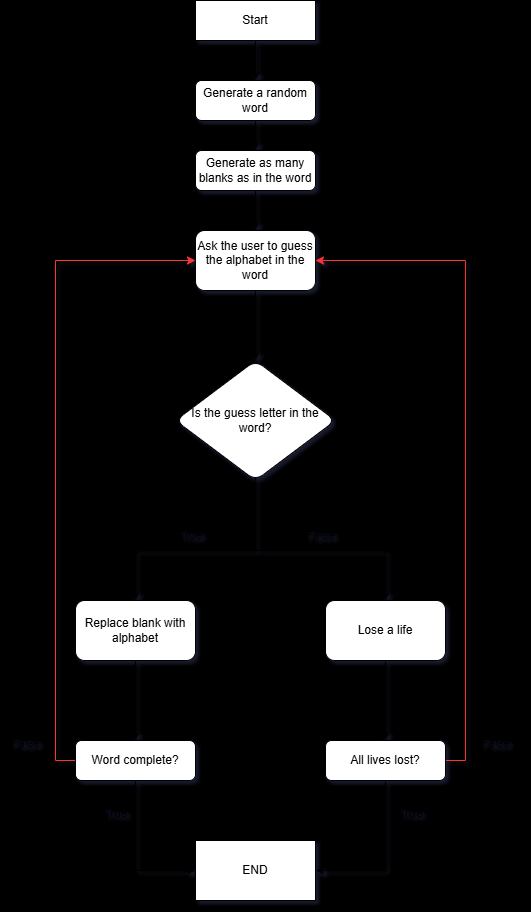
Above: Flowchart Diagram.drawio.png in Lucifer2969/Hangman_Project (draw.io), before the change. Source tidied: cells renumbered, new cells last; positions are measured from the earlier drawing's top-left corner, leaving out a move shared by most shapes.
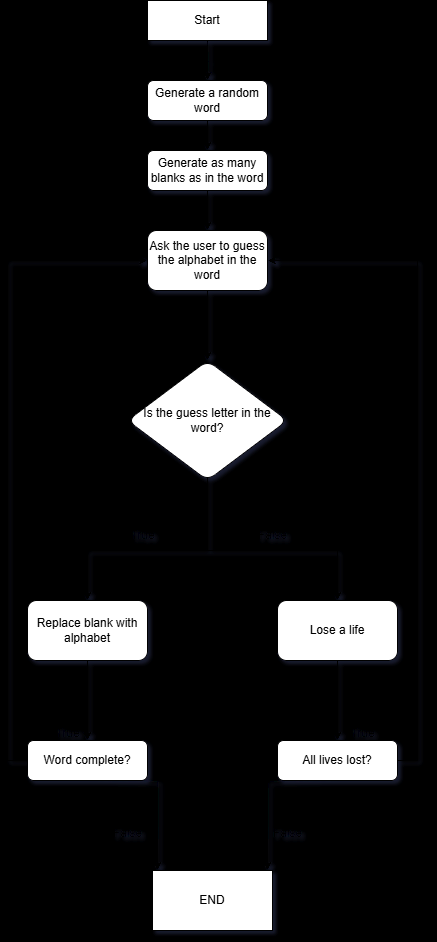
The same file after the commit.

What changed in the source:
```diff
@@ -63,41 +63,47 @@
     <mxCell id="17" value="Is the guess letter in the word?" style="rhombus;whiteSpace=wrap;html=1;rounded=1;glass=0;strokeWidth=1;shadow=0;" parent="1" vertex="1">
       <mxGeometry x="175" y="360" width="160" height="120" as="geometry" />
     </mxCell>
-    <mxCell id="18" style="edgeStyle=orthogonalEdgeStyle;rounded=0;jettySize=auto;html=1;exitX=1;exitY=0.5;exitDx=0;exitDy=0;entryX=1;entryY=0.5;entryDx=0;entryDy=0;strokeColor=light-dark(#FF3333,#EDEDED);" parent="1" edge="1" source="19" target="7">
+    <mxCell id="18" style="edgeStyle=orthogonalEdgeStyle;rounded=0;jettySize=auto;html=1;exitX=1;exitY=0.5;exitDx=0;exitDy=0;entryX=1;entryY=0.5;entryDx=0;entryDy=0;strokeColor=light-dark(#000000,#EDEDED);" parent="1" edge="1" source="19" target="7">
       <mxGeometry relative="1" as="geometry" />
     </mxCell>
     <mxCell id="19" value="All lives lost?" style="whiteSpace=wrap;html=1;rounded=1;glass=0;strokeWidth=1;shadow=0;" parent="1" vertex="1">
       <mxGeometry x="325" y="740" width="120" height="40" as="geometry" />
     </mxCell>
-    <mxCell id="20" style="edgeStyle=orthogonalEdgeStyle;rounded=0;jettySize=auto;html=1;exitX=0;exitY=0.5;exitDx=0;exitDy=0;entryX=0;entryY=0.5;entryDx=0;entryDy=0;fillColor=#fff2cc;strokeColor=#FF3333;" parent="1" edge="1" source="21" target="7">
+    <mxCell id="20" style="edgeStyle=orthogonalEdgeStyle;rounded=0;jettySize=auto;html=1;exitX=0;exitY=0.5;exitDx=0;exitDy=0;entryX=0;entryY=0.5;entryDx=0;entryDy=0;fillColor=#fff2cc;strokeColor=#000000;" parent="1" edge="1" source="21" target="7">
       <mxGeometry relative="1" as="geometry" />
     </mxCell>
     <mxCell id="21" value="Word complete?" style="rounded=1;whiteSpace=wrap;html=1;glass=0;strokeWidth=1;shadow=0;" parent="1" vertex="1">
       <mxGeometry x="75" y="740" width="120" height="40" as="geometry" />
     </mxCell>
-    <mxCell id="22" style="edgeStyle=orthogonalEdgeStyle;rounded=0;jettySize=auto;html=1;exitX=0.5;exitY=1;exitDx=0;exitDy=0;entryX=1;entryY=0.5;entryDx=0;entryDy=0;" parent="1" edge="1" source="19" target="24">
-      <mxGeometry relative="1" as="geometry" />
+    <mxCell id="22" style="edgeStyle=orthogonalEdgeStyle;rounded=0;orthogonalLoop=1;jettySize=auto;html=1;exitX=0.5;exitY=1;exitDx=0;exitDy=0;entryX=1;entryY=0.5;entryDx=0;entryDy=0;" parent="1" edge="1">
+      <mxGeometry relative="1" as="geometry">
+        <mxPoint x="385" y="780" as="sourcePoint" />
+        <mxPoint x="315" y="870" as="targetPoint" />
+      </mxGeometry>
     </mxCell>
-    <mxCell id="23" style="edgeStyle=orthogonalEdgeStyle;rounded=0;jettySize=auto;html=1;exitX=0.5;exitY=1;exitDx=0;exitDy=0;entryX=0;entryY=0.5;entryDx=0;entryDy=0;" parent="1" edge="1" source="21" target="24">
-      <mxGeometry relative="1" as="geometry" />
+    <mxCell id="23" style="edgeStyle=orthogonalEdgeStyle;rounded=0;orthogonalLoop=1;jettySize=auto;html=1;exitX=0.5;exitY=1;exitDx=0;exitDy=0;entryX=0;entryY=0.5;entryDx=0;entryDy=0;" parent="1" edge="1">
+      <mxGeometry relative="1" as="geometry">
+        <mxPoint x="145" y="780" as="sourcePoint" />
+        <mxPoint x="205" y="870" as="targetPoint" />
+      </mxGeometry>
     </mxCell>
     <mxCell id="24" value="END" style="whiteSpace=wrap;html=1;" parent="1" vertex="1">
-      <mxGeometry x="195" y="840" width="120" height="60" as="geometry" />
+      <mxGeometry x="200" y="870" width="120" height="60" as="geometry" />
     </mxCell>
     <mxCell id="25" value="Start" style="whiteSpace=wrap;html=1;" parent="1" vertex="1">
       <mxGeometry x="195" width="120" height="40" as="geometry" />
     </mxCell>
     <mxCell id="26" value="True" style="text;html=1;align=center;verticalAlign=middle;strokeColor=none;fillColor=none;" parent="1" vertex="1">
-      <mxGeometry x="90" y="798" width="50" height="30" as="geometry" />
+      <mxGeometry x="90" y="718" width="50" height="30" as="geometry" />
     </mxCell>
     <mxCell id="27" value="True" style="text;html=1;align=center;verticalAlign=middle;strokeColor=none;fillColor=none;" parent="1" vertex="1">
-      <mxGeometry x="385" y="798" width="50" height="30" as="geometry" />
+      <mxGeometry x="385" y="718" width="50" height="30" as="geometry" />
     </mxCell>
     <mxCell id="28" value="False" style="text;html=1;align=center;verticalAlign=middle;strokeColor=none;fillColor=none;" parent="1" vertex="1">
-      <mxGeometry y="728" width="50" height="30" as="geometry" />
+      <mxGeometry x="150" y="818" width="50" height="30" as="geometry" />
     </mxCell>
     <mxCell id="29" value="False" style="text;html=1;align=center;verticalAlign=middle;strokeColor=none;fillColor=none;" parent="1" vertex="1">
-      <mxGeometry x="470" y="728" width="50" height="30" as="geometry" />
+      <mxGeometry x="310" y="818" width="50" height="30" as="geometry" />
     </mxCell>
   </root>
 </mxGraphModel>
```
